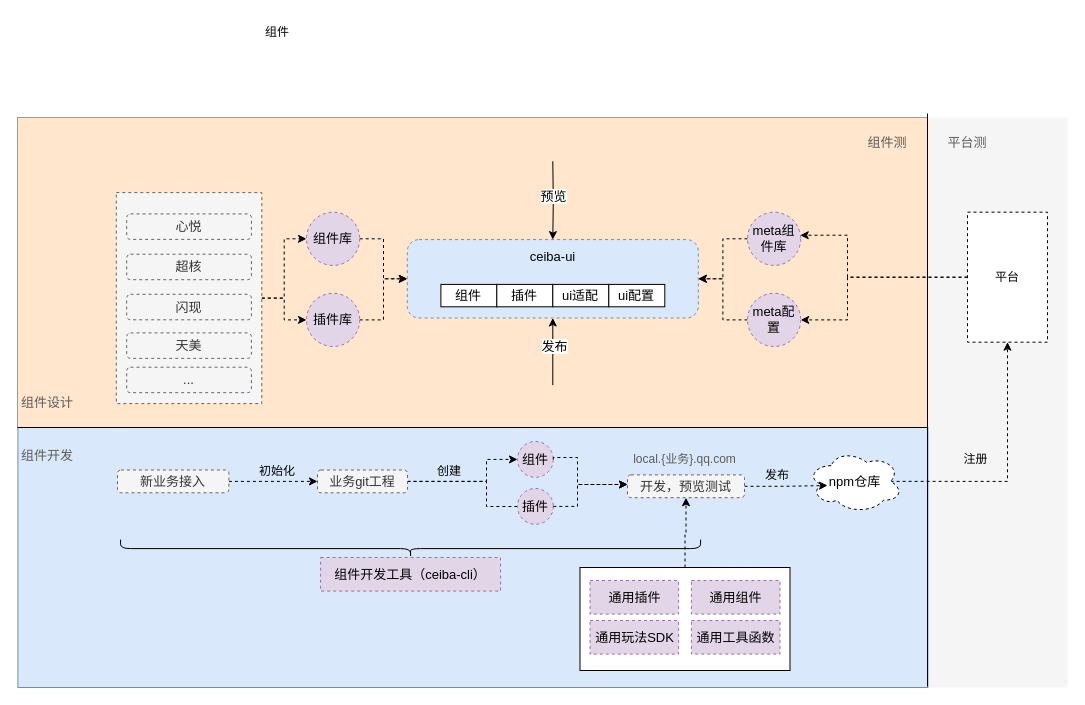
Earlier version of the draw.io diagram components.drawio (axtrur/resource). Source tidied: cells renumbered, new cells numbered last; positions are measured from the earlier drawing's top-left corner, leaving out a move shared by most shapes. Both pictures are drawn from the tidied source at 100%, with x=0, y=0 at pixel (17, 17).
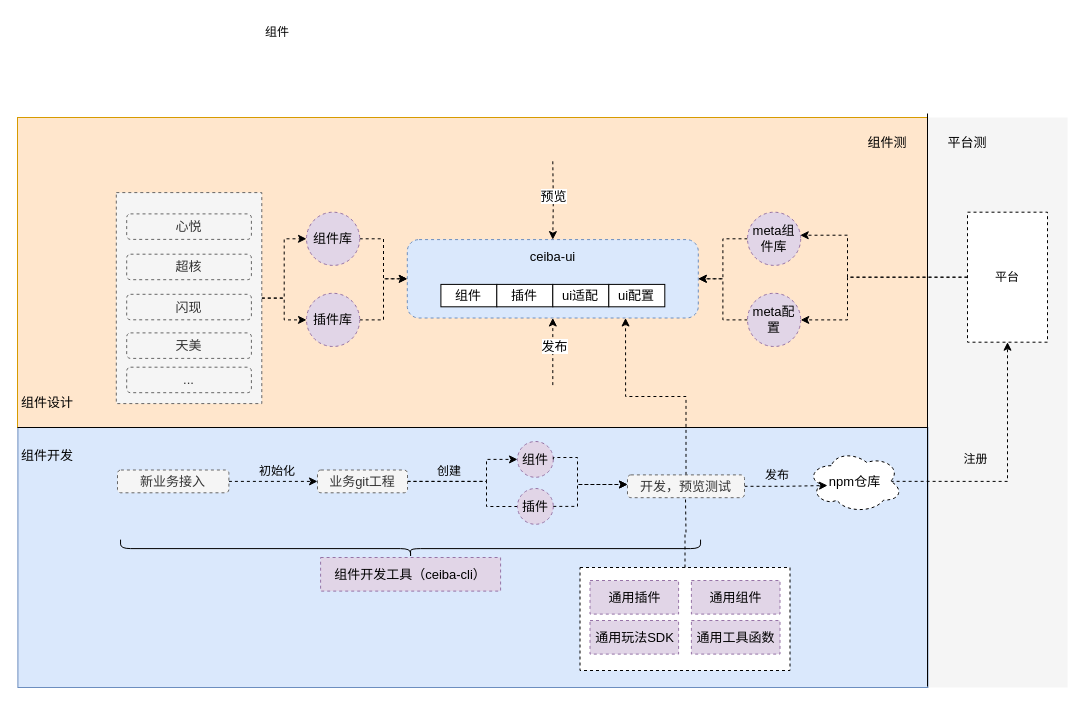
The same diagram, later.

Unchanged cells that the change refers to:
```xml
<mxCell id="27" value="开发，预览测试" style="rounded=1;whiteSpace=wrap;html=1;fillColor=#f5f5f5;fontColor=#333333;strokeColor=#666666;dashed=1;fontSize=13;" parent="1" vertex="1">
  <mxGeometry x="610" y="457.4" width="117" height="22.8" as="geometry" />
</mxCell>
<mxCell id="35" style="rounded=1;whiteSpace=wrap;html=1;fillColor=#dae8fc;strokeColor=#6c8ebf;dashed=1;fontSize=13;" parent="1" vertex="1">
  <mxGeometry x="389.8" y="222.1" width="291" height="78.4" as="geometry" />
</mxCell>
<mxCell id="36" value="ceiba-ui" style="text;html=1;strokeColor=none;fillColor=none;align=center;verticalAlign=middle;whiteSpace=wrap;rounded=0;fontSize=13;" parent="1" vertex="1">
  <mxGeometry x="501.7" y="222.1" width="67.2" height="33.6" as="geometry" />
</mxCell>
```

Change to the diagram source:
```diff
@@
-    <mxCell id="5" style="edgeStyle=orthogonalEdgeStyle;rounded=0;jettySize=auto;html=1;exitX=0.5;exitY=0;exitDx=0;exitDy=0;entryX=0.5;entryY=1;entryDx=0;entryDy=0;dashed=1;fontSize=13;fontColor=#5C5C5C;" parent="1" edge="1" source="6" target="27">
-      <mxGeometry relative="1" as="geometry" />
-    </mxCell>
-    <mxCell id="6" style="rounded=0;whiteSpace=wrap;html=1;fontSize=13;fontColor=#5C5C5C;" parent="1" vertex="1">
+    <mxCell id="6" style="rounded=0;whiteSpace=wrap;html=1;fontSize=13;fontColor=#5C5C5C;dashed=1;" parent="1" vertex="1">
       <mxGeometry x="562.5" y="550" width="210" height="103" as="geometry" />
     </mxCell>
@@
+    <mxCell id="68" style="edgeStyle=orthogonalEdgeStyle;rounded=0;jettySize=auto;html=1;exitX=0.5;exitY=0;exitDx=0;exitDy=0;entryX=0.75;entryY=1;entryDx=0;entryDy=0;fontSize=13;fontColor=#5C5C5C;dashed=1;" parent="1" edge="1" source="27" target="35">
+      <mxGeometry relative="1" as="geometry" />
+    </mxCell>
@@
-    <mxCell id="30" value="local.{业务}.qq.com" style="text;html=1;strokeColor=none;fillColor=none;align=center;verticalAlign=middle;whiteSpace=wrap;rounded=0;fontSize=12;fontColor=#5C5C5C;" parent="1" vertex="1">
-      <mxGeometry x="608" y="427.4" width="119" height="30" as="geometry" />
-    </mxCell>
@@
-    <mxCell id="41" style="edgeStyle=orthogonalEdgeStyle;rounded=0;jettySize=auto;html=1;exitX=0.5;exitY=1;exitDx=0;exitDy=0;entryX=0.5;entryY=0;entryDx=0;entryDy=0;fontSize=13;" parent="1" edge="1" target="36">
+    <mxCell id="41" style="edgeStyle=orthogonalEdgeStyle;rounded=0;jettySize=auto;html=1;exitX=0.5;exitY=1;exitDx=0;exitDy=0;entryX=0.5;entryY=0;entryDx=0;entryDy=0;fontSize=13;dashed=1;" parent="1" edge="1" target="36">
       <mxGeometry x="60" y="286.7" as="geometry">
         <mxPoint x="535.3" y="143.8" as="sourcePoint" />
       </mxGeometry>
     </mxCell>
@@
-    <mxCell id="43" style="endArrow=classic;html=1;rounded=0;entryX=0.5;entryY=1;entryDx=0;entryDy=0;fontSize=13;" parent="1" edge="1" target="35">
+    <mxCell id="43" style="endArrow=classic;html=1;rounded=0;entryX=0.5;entryY=1;entryDx=0;entryDy=0;fontSize=13;dashed=1;" parent="1" edge="1" target="35">
       <mxGeometry x="60" y="286.7" as="geometry">
         <mxPoint x="535.3" y="367.6" as="sourcePoint" />
       </mxGeometry>
     </mxCell>
@@
-    <mxCell id="64" value="组件设计" style="text;html=1;strokeColor=none;fillColor=none;align=center;verticalAlign=middle;whiteSpace=wrap;rounded=0;fontSize=13;fontColor=#5C5C5C;" parent="1" vertex="1">
+    <mxCell id="64" value="组件设计" style="text;html=1;strokeColor=none;fillColor=none;align=center;verticalAlign=middle;whiteSpace=wrap;rounded=0;fontSize=13;fontColor=#000000;" parent="1" vertex="1">
       <mxGeometry y="370" width="60" height="30" as="geometry" />
     </mxCell>
-    <mxCell id="65" value="组件开发" style="text;html=1;strokeColor=none;fillColor=none;align=center;verticalAlign=middle;whiteSpace=wrap;rounded=0;fontSize=13;fontColor=#5C5C5C;" parent="1" vertex="1">
+    <mxCell id="65" value="组件开发" style="text;html=1;strokeColor=none;fillColor=none;align=center;verticalAlign=middle;whiteSpace=wrap;rounded=0;fontSize=13;fontColor=#000000;" parent="1" vertex="1">
       <mxGeometry y="422.5" width="60" height="30" as="geometry" />
     </mxCell>
-    <mxCell id="66" value="组件测" style="text;html=1;strokeColor=none;fillColor=none;align=center;verticalAlign=middle;whiteSpace=wrap;rounded=0;fontSize=13;fontColor=#5C5C5C;" parent="1" vertex="1">
+    <mxCell id="66" value="组件测" style="text;html=1;strokeColor=none;fillColor=none;align=center;verticalAlign=middle;whiteSpace=wrap;rounded=0;fontSize=13;fontColor=#000000;" parent="1" vertex="1">
       <mxGeometry x="840" y="110" width="60" height="30" as="geometry" />
     </mxCell>
-    <mxCell id="67" value="平台测" style="text;html=1;strokeColor=none;fillColor=none;align=center;verticalAlign=middle;whiteSpace=wrap;rounded=0;fontSize=13;fontColor=#5C5C5C;" parent="1" vertex="1">
+    <mxCell id="67" value="平台测" style="text;html=1;strokeColor=none;fillColor=none;align=center;verticalAlign=middle;whiteSpace=wrap;rounded=0;fontSize=13;fontColor=#000000;" parent="1" vertex="1">
       <mxGeometry x="920" y="110" width="60" height="30" as="geometry" />
     </mxCell>
+    <mxCell id="69" style="edgeStyle=orthogonalEdgeStyle;rounded=0;jettySize=auto;html=1;exitX=0.5;exitY=0;exitDx=0;exitDy=0;dashed=1;fontSize=13;fontColor=#5C5C5C;endArrow=none;" parent="1" edge="1" source="6">
+      <mxGeometry relative="1" as="geometry">
+        <mxPoint x="668" y="480" as="targetPoint" />
+      </mxGeometry>
+    </mxCell>
```
